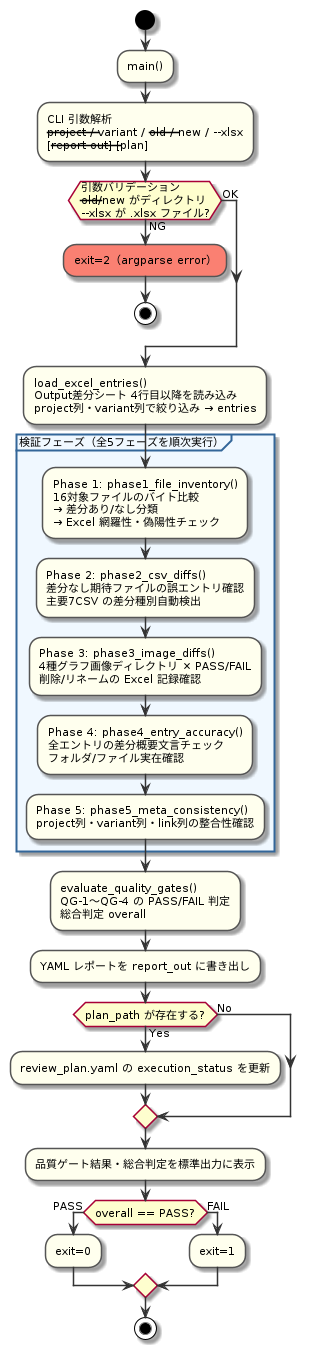
This is docs/images/fig5_verify_workflow.png from esol-ehq-pf/requirements-format-diff-checker, a PlantUML export, as it was before one commit. Its source is kept beside it as docs/images/fig5_verify_workflow.puml. Its diagram source:
```plantuml
@startuml fig5_verify_workflow
skinparam defaultFontName "Noto Sans CJK JP"
skinparam defaultFontSize 11
skinparam backgroundColor white
skinparam ArrowColor #333333
skinparam ActivityBorderColor #555555
skinparam ActivityBackgroundColor #FFFFEE
skinparam DecisionBackgroundColor #E8F4FF
skinparam DecisionBorderColor #3399CC
skinparam StartColor #228B22
skinparam EndColor #CC2222
skinparam PartitionBackgroundColor #F0F8FF
skinparam PartitionBorderColor #336699

start
:main();
:CLI 引数解析\n--project / --variant / --old / --new / --xlsx\n[--report-out] [--plan];

if (引数バリデーション\n--old/--new がディレクトリ\n--xlsx が .xlsx ファイル?) then (NG)
  #salmon:exit=2（argparse error）;
  stop
else (OK)
endif

:load_excel_entries()\nOutput差分シート 4行目以降を読み込み\nproject列・variant列で絞り込み → entries;

partition "検証フェーズ（全5フェーズを順次実行）" {
  :Phase 1: phase1_file_inventory()\n16対象ファイルのバイト比較\n→ 差分あり/なし分類\n→ Excel 網羅性・偽陽性チェック;

  :Phase 2: phase2_csv_diffs()\n差分なし期待ファイルの誤エントリ確認\n主要7CSV の差分種別自動検出;

  :Phase 3: phase3_image_diffs()\n4種グラフ画像ディレクトリ × PASS/FAIL\n削除/リネームの Excel 記録確認;

  :Phase 4: phase4_entry_accuracy()\n全エントリの差分概要文言チェック\nフォルダ/ファイル実在確認;

  :Phase 5: phase5_meta_consistency()\nproject列・variant列・link列の整合性確認;
}

:evaluate_quality_gates()\nQG-1〜QG-4 の PASS/FAIL 判定\n総合判定 overall;

:YAML レポートを report_out に書き出し;

if (plan_path が存在する?) then (Yes)
  :review_plan.yaml の execution_status を更新;
else (No)
endif

:品質ゲート結果・総合判定を標準出力に表示;

if (overall == PASS?) then (PASS)
  :exit=0;
else (FAIL)
  :exit=1;
endif
stop
@enduml
```
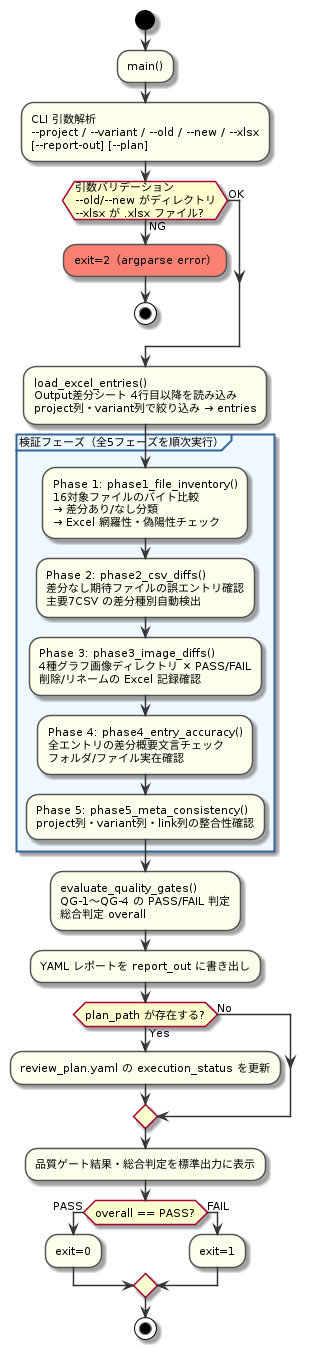
After the commit.

Commit message:
fix: fig5 CLI オプション名の取り消し線バグを修正 (-- → ~-- でエスケープ)

What changed in the source:
```diff
@@ -14,9 +14,9 @@
 
 start
 :main();
-:CLI 引数解析\n--project / --variant / --old / --new / --xlsx\n[--report-out] [--plan];
+:CLI 引数解析\n~--project / ~--variant / ~--old / ~--new / ~--xlsx\n[~--report-out] [~--plan];
 
-if (引数バリデーション\n--old/--new がディレクトリ\n--xlsx が .xlsx ファイル?) then (NG)
+if (引数バリデーション\n~--old/~--new がディレクトリ\n~--xlsx が .xlsx ファイル?) then (NG)
   #salmon:exit=2（argparse error）;
   stop
 else (OK)
```
